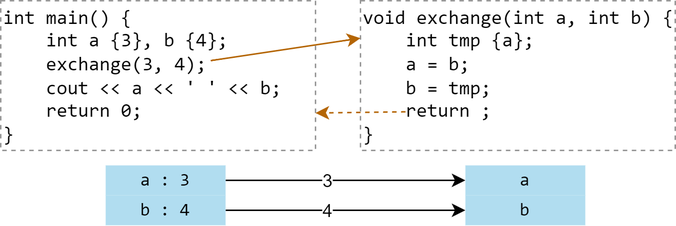
The draw.io diagram images/generalized_parts/05_process_of_pass_by_value.drawio.png in cppHusky/cppHusky-cpp-Tutorial, before a commit. Source tidied: cells renumbered, new cells last; positions are measured from the earlier drawing's top-left corner, leaving out a move shared by most shapes.
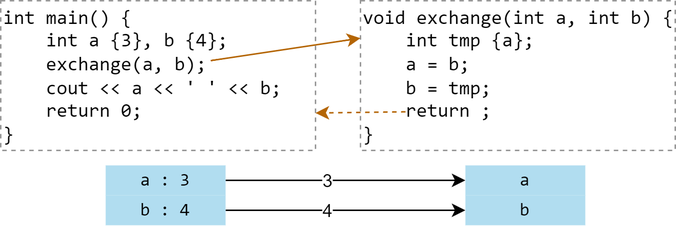
The same diagram one commit later.

Diff of the diagram source:
```diff
@@ -1,11 +1,11 @@
-<mxGraphModel>
+<mxGraphModel background="#ffffff">
   <root>
     <mxCell id="0" />
     <mxCell id="1" parent="0" />
     <mxCell id="2" value="&lt;div style=&quot;border-color: var(--border-color); font-family: Consolas, &amp;quot;Courier New&amp;quot;, monospace; font-size: 13px;&quot;&gt;void exchange(int a, int b) {&lt;/div&gt;&lt;div style=&quot;border-color: var(--border-color); font-family: Consolas, &amp;quot;Courier New&amp;quot;, monospace; font-size: 13px;&quot;&gt;&amp;nbsp; &amp;nbsp; int tmp {a};&lt;/div&gt;&lt;div style=&quot;border-color: var(--border-color); font-family: Consolas, &amp;quot;Courier New&amp;quot;, monospace; font-size: 13px;&quot;&gt;&amp;nbsp; &amp;nbsp; a = b;&lt;/div&gt;&lt;div style=&quot;border-color: var(--border-color); font-family: Consolas, &amp;quot;Courier New&amp;quot;, monospace; font-size: 13px;&quot;&gt;&amp;nbsp; &amp;nbsp; b = tmp;&lt;/div&gt;&lt;div style=&quot;border-color: var(--border-color); font-family: Consolas, &amp;quot;Courier New&amp;quot;, monospace; font-size: 13px;&quot;&gt;&amp;nbsp; &amp;nbsp; return ;&lt;/div&gt;&lt;div style=&quot;border-color: var(--border-color); font-family: Consolas, &amp;quot;Courier New&amp;quot;, monospace; font-size: 13px;&quot;&gt;}&lt;/div&gt;" style="text;html=1;align=left;verticalAlign=middle;whiteSpace=wrap;rounded=0;strokeColor=#999999;strokeWidth=1;dashed=1;" parent="1" vertex="1">
       <mxGeometry x="240" width="210" height="100" as="geometry" />
     </mxCell>
-    <mxCell id="3" value="&lt;div style=&quot;border-color: var(--border-color); font-family: Consolas, &amp;quot;Courier New&amp;quot;, monospace; font-size: 13px;&quot;&gt;&lt;div style=&quot;border-color: var(--border-color);&quot;&gt;int main() {&lt;/div&gt;&lt;div style=&quot;border-color: var(--border-color);&quot;&gt;&amp;nbsp; &amp;nbsp; int a {3}, b {4};&lt;/div&gt;&lt;div style=&quot;border-color: var(--border-color);&quot;&gt;&amp;nbsp; &amp;nbsp; exchange(3, 4);&lt;/div&gt;&lt;div style=&quot;border-color: var(--border-color);&quot;&gt;&lt;span style=&quot;background-color: initial;&quot;&gt;&amp;nbsp; &amp;nbsp; cout &amp;lt;&amp;lt; a &amp;lt;&amp;lt; ' ' &amp;lt;&amp;lt; b;&lt;/span&gt;&lt;/div&gt;&lt;div style=&quot;border-color: var(--border-color);&quot;&gt;&amp;nbsp; &amp;nbsp; return 0;&lt;/div&gt;&lt;div style=&quot;border-color: var(--border-color);&quot;&gt;}&lt;/div&gt;&lt;/div&gt;" style="text;html=1;align=left;verticalAlign=middle;whiteSpace=wrap;rounded=0;strokeColor=#999999;strokeWidth=1;dashed=1;" parent="1" vertex="1">
+    <mxCell id="3" value="&lt;div style=&quot;border-color: var(--border-color); font-family: Consolas, &amp;quot;Courier New&amp;quot;, monospace; font-size: 13px;&quot;&gt;&lt;div style=&quot;border-color: var(--border-color);&quot;&gt;int main() {&lt;/div&gt;&lt;div style=&quot;border-color: var(--border-color);&quot;&gt;&amp;nbsp; &amp;nbsp; int a {3}, b {4};&lt;/div&gt;&lt;div style=&quot;border-color: var(--border-color);&quot;&gt;&amp;nbsp; &amp;nbsp; exchange(a, b);&lt;/div&gt;&lt;div style=&quot;border-color: var(--border-color);&quot;&gt;&lt;span style=&quot;background-color: initial;&quot;&gt;&amp;nbsp; &amp;nbsp; cout &amp;lt;&amp;lt; a &amp;lt;&amp;lt; ' ' &amp;lt;&amp;lt; b;&lt;/span&gt;&lt;/div&gt;&lt;div style=&quot;border-color: var(--border-color);&quot;&gt;&amp;nbsp; &amp;nbsp; return 0;&lt;/div&gt;&lt;div style=&quot;border-color: var(--border-color);&quot;&gt;}&lt;/div&gt;&lt;/div&gt;" style="text;html=1;align=left;verticalAlign=middle;whiteSpace=wrap;rounded=0;strokeColor=#999999;strokeWidth=1;dashed=1;" parent="1" vertex="1">
       <mxGeometry width="210" height="100" as="geometry" />
     </mxCell>
     <mxCell id="4" style="curved=1;endArrow=classic;html=1;rounded=0;entryX=0;entryY=0.25;entryDx=0;entryDy=0;strokeColor=#b46504;exitX=0.667;exitY=0.4;exitDx=0;exitDy=0;exitPerimeter=0;fillColor=#fad7ac;" parent="1" edge="1" source="3" target="2">
```
